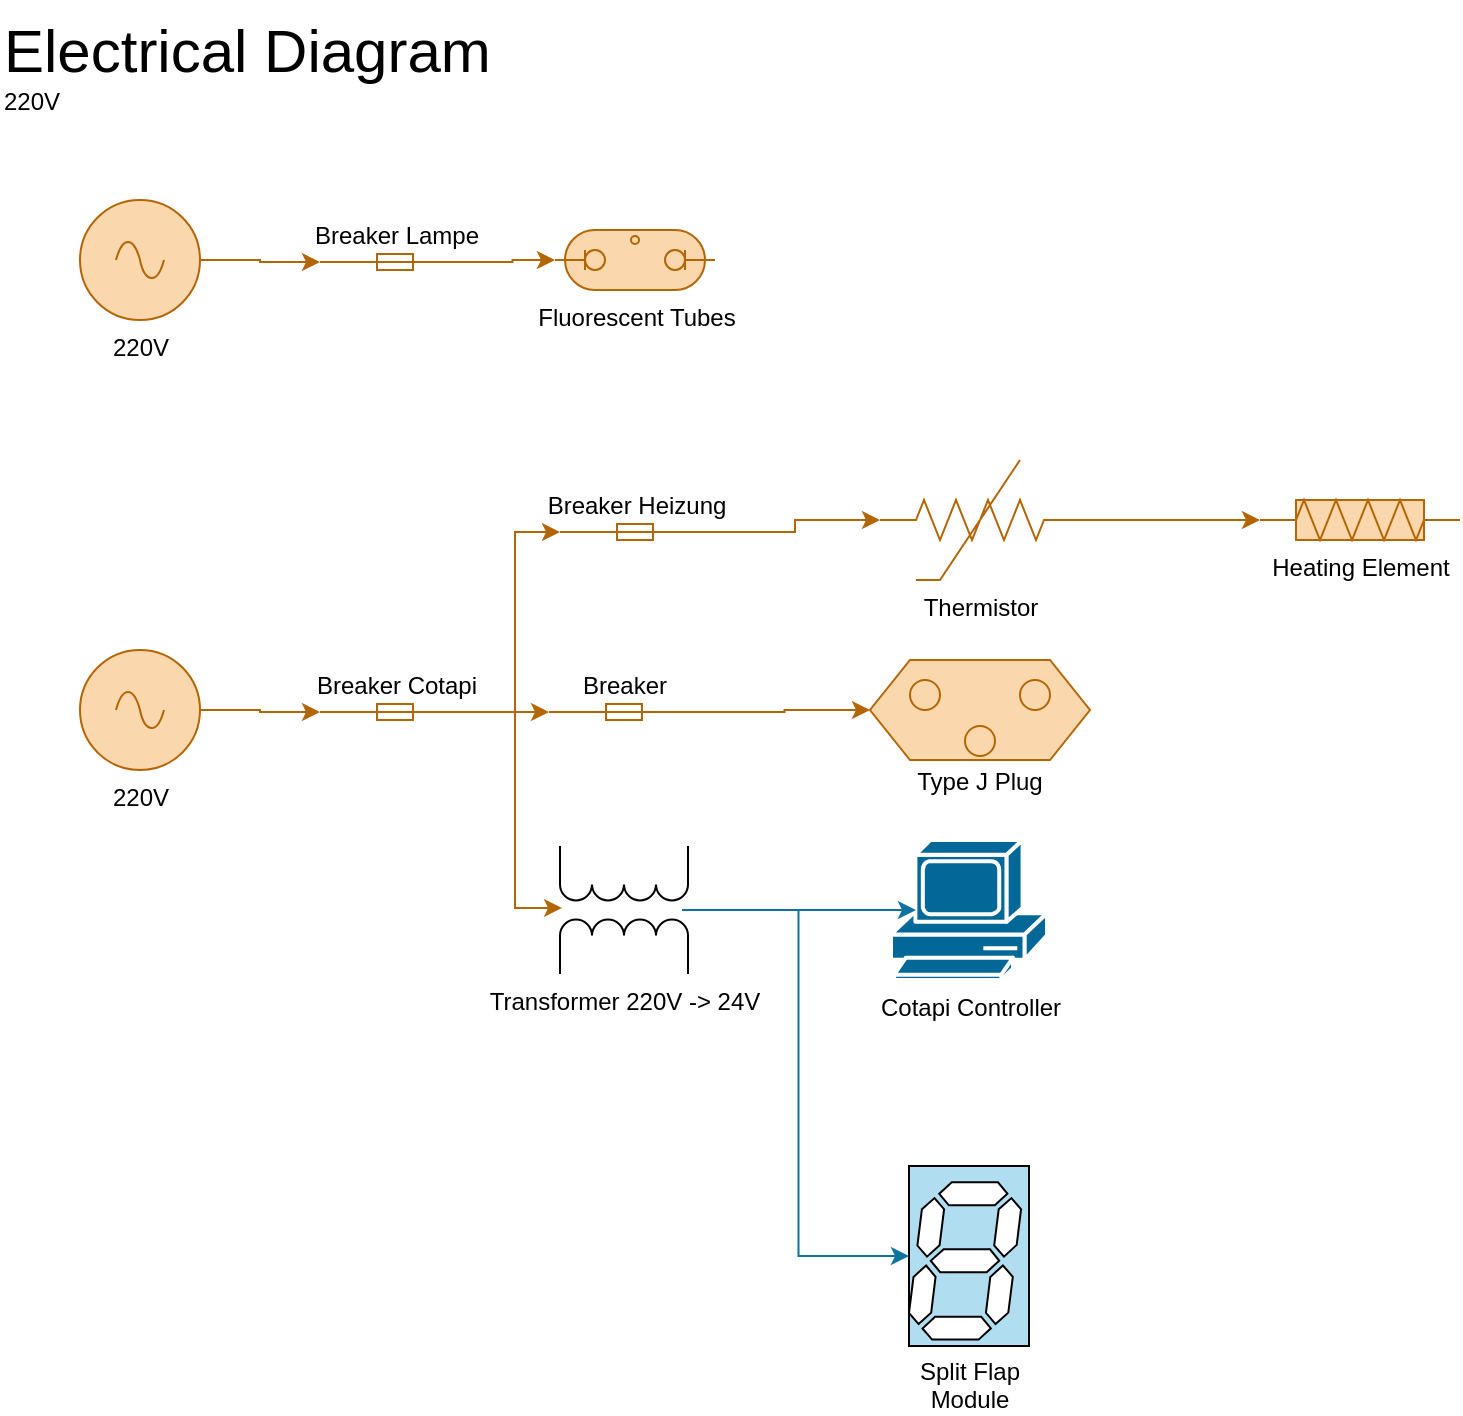
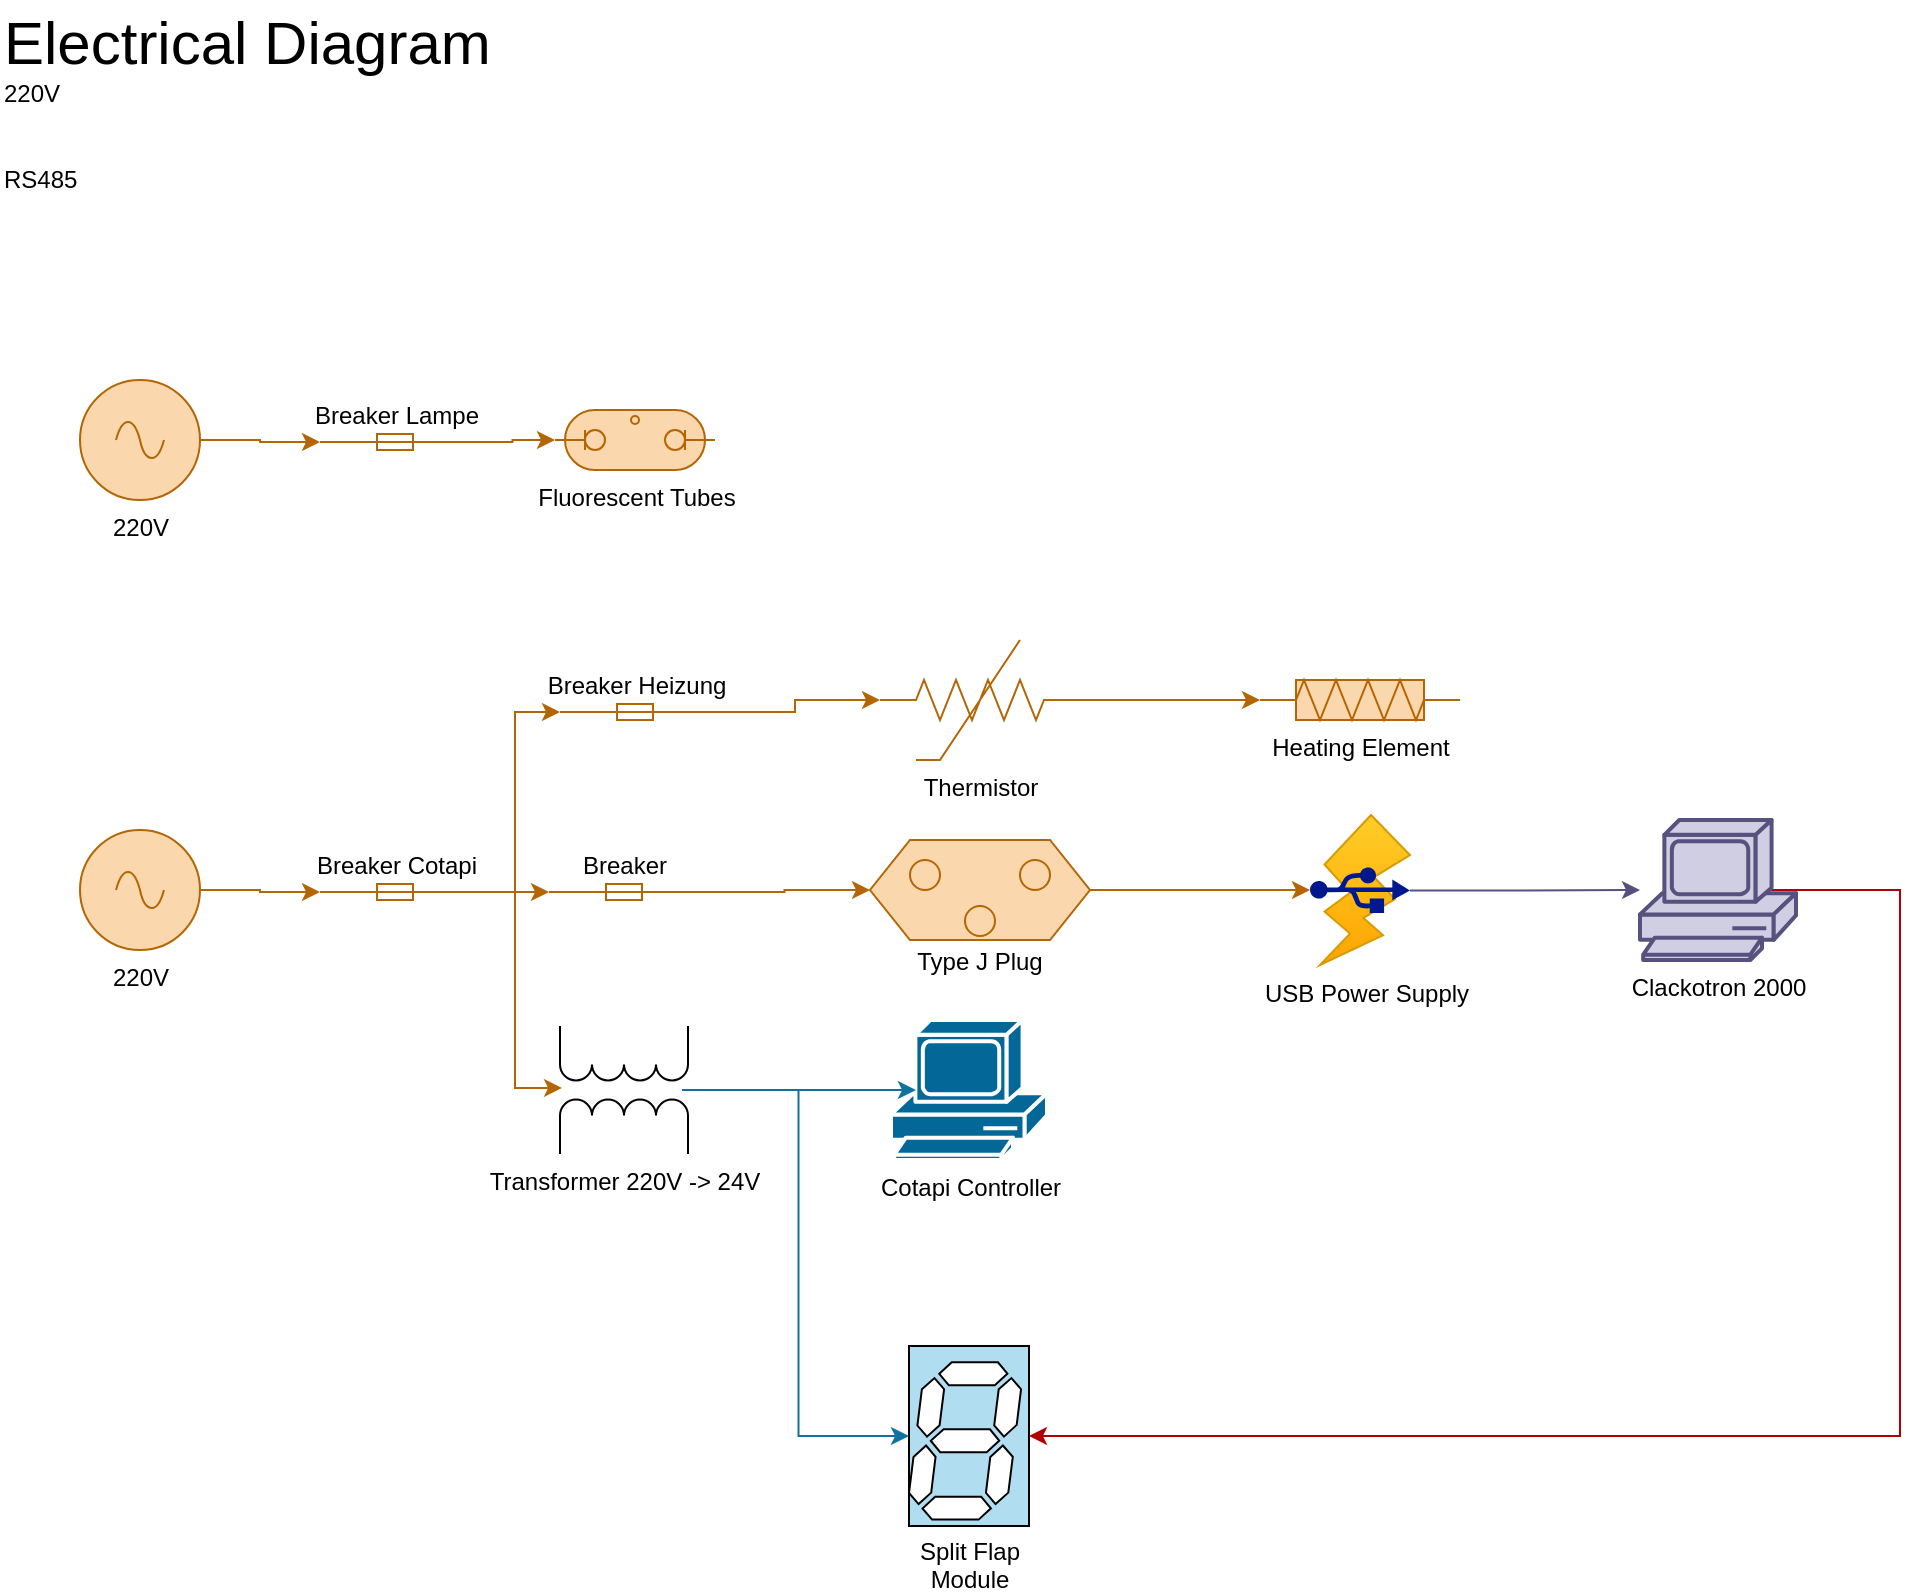
<mxfile host="app.diagrams.net">
  <diagram name="Page-1" id="1JTUUb5aA8h2Qu2d5Hm8">
-     <mxGraphModel dx="1712" dy="953" grid="1" gridSize="10" guides="1" tooltips="1" connect="1" arrows="1" fold="1" page="1" pageScale="1" pageWidth="827" pageHeight="1169" math="0" shadow="0">
+     <mxGraphModel dx="1712" dy="953" grid="1" gridSize="10" guides="1" tooltips="1" connect="1" arrows="1" fold="1" page="1" pageScale="1" pageWidth="1169" pageHeight="827" math="0" shadow="0">
      <root>
        <mxCell id="0" />
        <mxCell id="1" parent="0" />
        <mxCell id="pjnfS4makGHeq2IKZjjl-1" parent="1" style="html=1;shape=mxgraph.electrical.electro-mechanical.fuse2;aspect=fixed;elSwitchState=on;fillColor=#fad7ac;strokeColor=#b46504;" value="&lt;div&gt;Breaker Lampe&lt;/div&gt;&lt;div&gt;&lt;br&gt;&lt;/div&gt;" vertex="1">
-           <mxGeometry height="20" width="75" x="160" y="115" as="geometry" />
+           <mxGeometry height="20" width="75" x="160" y="205" as="geometry" />
        </mxCell>
        <mxCell id="pjnfS4makGHeq2IKZjjl-7" edge="1" parent="1" source="pjnfS4makGHeq2IKZjjl-2" style="edgeStyle=orthogonalEdgeStyle;rounded=0;orthogonalLoop=1;jettySize=auto;html=1;exitX=1;exitY=0.5;exitDx=0;exitDy=0;exitPerimeter=0;entryX=0;entryY=0.8;entryDx=0;entryDy=0;fillColor=#fad7ac;strokeColor=#b46504;" target="pjnfS4makGHeq2IKZjjl-5">
          <mxGeometry relative="1" as="geometry" />
        </mxCell>
        <mxCell id="pjnfS4makGHeq2IKZjjl-2" parent="1" style="pointerEvents=1;verticalLabelPosition=bottom;shadow=0;dashed=0;align=center;html=1;verticalAlign=top;shape=mxgraph.electrical.signal_sources.source;aspect=fixed;points=[[0.5,0,0],[1,0.5,0],[0.5,1,0],[0,0.5,0]];elSignalType=ac;fillColor=#fad7ac;strokeColor=#b46504;" value="220V" vertex="1">
-           <mxGeometry height="60" width="60" x="40" y="325" as="geometry" />
+           <mxGeometry height="60" width="60" x="40" y="415" as="geometry" />
        </mxCell>
        <mxCell id="pjnfS4makGHeq2IKZjjl-4" parent="1" style="html=1;shape=mxgraph.electrical.electro-mechanical.fuse2;aspect=fixed;elSwitchState=on;fillColor=#fad7ac;strokeColor=#b46504;" value="&lt;div&gt;Breaker Heizung&lt;/div&gt;&lt;div&gt;&lt;br&gt;&lt;/div&gt;" vertex="1">
-           <mxGeometry height="20" width="75" x="280" y="250" as="geometry" />
+           <mxGeometry height="20" width="75" x="280" y="340" as="geometry" />
        </mxCell>
        <mxCell id="pjnfS4makGHeq2IKZjjl-14" edge="1" parent="1" source="pjnfS4makGHeq2IKZjjl-5" style="edgeStyle=orthogonalEdgeStyle;rounded=0;orthogonalLoop=1;jettySize=auto;html=1;exitX=1;exitY=0.8;exitDx=0;exitDy=0;entryX=0;entryY=0.8;entryDx=0;entryDy=0;fillColor=#fad7ac;strokeColor=#b46504;" target="pjnfS4makGHeq2IKZjjl-4">
          <mxGeometry relative="1" as="geometry" />
        </mxCell>
        <mxCell id="DblIUka3Cejo2AUUT1Ac-19" edge="1" parent="1" source="pjnfS4makGHeq2IKZjjl-5" style="edgeStyle=orthogonalEdgeStyle;rounded=0;orthogonalLoop=1;jettySize=auto;html=1;exitX=1;exitY=0.8;exitDx=0;exitDy=0;entryX=0;entryY=0.8;entryDx=0;entryDy=0;fillColor=#fad7ac;strokeColor=#b46504;" target="DblIUka3Cejo2AUUT1Ac-18">
          <mxGeometry relative="1" as="geometry" />
        </mxCell>
        <mxCell id="pjnfS4makGHeq2IKZjjl-5" parent="1" style="html=1;shape=mxgraph.electrical.electro-mechanical.fuse2;aspect=fixed;elSwitchState=on;fillColor=#fad7ac;strokeColor=#b46504;" value="&lt;div&gt;Breaker Cotapi&lt;/div&gt;&lt;div&gt;&lt;br&gt;&lt;/div&gt;" vertex="1">
-           <mxGeometry height="20" width="75" x="160" y="340" as="geometry" />
+           <mxGeometry height="20" width="75" x="160" y="430" as="geometry" />
        </mxCell>
        <mxCell id="pjnfS4makGHeq2IKZjjl-16" parent="1" style="pointerEvents=1;verticalLabelPosition=bottom;shadow=0;dashed=0;align=center;html=1;verticalAlign=top;shape=mxgraph.electrical.resistors.nonlinear_resistor;fillColor=#fad7ac;strokeColor=#b46504;" value="Thermistor" vertex="1">
-           <mxGeometry height="60" width="100" x="440" y="230" as="geometry" />
+           <mxGeometry height="60" width="100" x="440" y="320" as="geometry" />
        </mxCell>
        <mxCell id="pjnfS4makGHeq2IKZjjl-17" edge="1" parent="1" source="pjnfS4makGHeq2IKZjjl-4" style="edgeStyle=orthogonalEdgeStyle;rounded=0;orthogonalLoop=1;jettySize=auto;html=1;exitX=1;exitY=0.8;exitDx=0;exitDy=0;entryX=0;entryY=0.5;entryDx=0;entryDy=0;entryPerimeter=0;fillColor=#fad7ac;strokeColor=#b46504;" target="pjnfS4makGHeq2IKZjjl-16">
          <mxGeometry relative="1" as="geometry" />
        </mxCell>
        <mxCell id="pjnfS4makGHeq2IKZjjl-19" edge="1" parent="1" source="pjnfS4makGHeq2IKZjjl-16" style="edgeStyle=orthogonalEdgeStyle;rounded=0;orthogonalLoop=1;jettySize=auto;html=1;exitX=1;exitY=0.5;exitDx=0;exitDy=0;exitPerimeter=0;entryX=0;entryY=0.5;entryDx=0;entryDy=0;entryPerimeter=0;fillColor=#fad7ac;strokeColor=#b46504;" target="pjnfS4makGHeq2IKZjjl-18">
          <mxGeometry relative="1" as="geometry" />
        </mxCell>
        <mxCell id="pjnfS4makGHeq2IKZjjl-21" parent="1" style="pointerEvents=1;verticalLabelPosition=bottom;shadow=0;dashed=0;align=center;html=1;verticalAlign=top;shape=mxgraph.electrical.miscellaneous.flourescent_lamp;fillColor=#fad7ac;strokeColor=#b46504;" value="&lt;span data-subtree=&quot;aimfl,mfl&quot;&gt;Fluorescent Tubes&lt;/span&gt;" vertex="1">
-           <mxGeometry height="30" width="80" x="277.5" y="115" as="geometry" />
+           <mxGeometry height="30" width="80" x="277.5" y="205" as="geometry" />
        </mxCell>
        <mxCell id="pjnfS4makGHeq2IKZjjl-22" edge="1" parent="1" source="pjnfS4makGHeq2IKZjjl-1" style="edgeStyle=orthogonalEdgeStyle;rounded=0;orthogonalLoop=1;jettySize=auto;html=1;exitX=1;exitY=0.8;exitDx=0;exitDy=0;entryX=0;entryY=0.5;entryDx=0;entryDy=0;entryPerimeter=0;fillColor=#fad7ac;strokeColor=#b46504;" target="pjnfS4makGHeq2IKZjjl-21">
          <mxGeometry relative="1" as="geometry" />
        </mxCell>
        <mxCell id="pjnfS4makGHeq2IKZjjl-23" parent="1" style="pointerEvents=1;verticalLabelPosition=bottom;shadow=0;dashed=0;align=center;html=1;verticalAlign=top;shape=mxgraph.electrical.inductors.transformer;direction=north;" value="Transformer 220V -&amp;gt; 24V" vertex="1">
-           <mxGeometry height="64" width="64" x="280" y="423" as="geometry" />
+           <mxGeometry height="64" width="64" x="280" y="513" as="geometry" />
        </mxCell>
        <mxCell id="DblIUka3Cejo2AUUT1Ac-1" edge="1" parent="1" source="pjnfS4makGHeq2IKZjjl-5" style="edgeStyle=orthogonalEdgeStyle;rounded=0;orthogonalLoop=1;jettySize=auto;html=1;exitX=1;exitY=0.8;exitDx=0;exitDy=0;entryX=0.516;entryY=0.016;entryDx=0;entryDy=0;entryPerimeter=0;fillColor=#fad7ac;strokeColor=#b46504;" target="pjnfS4makGHeq2IKZjjl-23">
          <mxGeometry relative="1" as="geometry" />
        </mxCell>
        <mxCell id="DblIUka3Cejo2AUUT1Ac-3" parent="1" style="sketch=0;html=1;pointerEvents=1;dashed=0;fillColor=#036897;strokeColor=#ffffff;strokeWidth=2;verticalLabelPosition=bottom;verticalAlign=top;align=center;outlineConnect=0;shape=mxgraph.cisco.computers_and_peripherals.pc;" value="&lt;div&gt;Cotapi Controller&lt;/div&gt;" vertex="1">
-           <mxGeometry height="70" width="78" x="445.5" y="420" as="geometry" />
+           <mxGeometry height="70" width="78" x="445.5" y="510" as="geometry" />
        </mxCell>
        <mxCell id="DblIUka3Cejo2AUUT1Ac-4" edge="1" parent="1" source="DblIUka3Cejo2AUUT1Ac-3" style="edgeStyle=orthogonalEdgeStyle;rounded=0;orthogonalLoop=1;jettySize=auto;html=1;exitX=0.16;exitY=0.5;exitDx=0;exitDy=0;exitPerimeter=0;entryX=0.5;entryY=0.953;entryDx=0;entryDy=0;entryPerimeter=0;startArrow=classic;startFill=1;endArrow=none;endFill=0;fillColor=#b1ddf0;strokeColor=#10739e;" target="pjnfS4makGHeq2IKZjjl-23">
          <mxGeometry relative="1" as="geometry" />
        </mxCell>
        <mxCell id="DblIUka3Cejo2AUUT1Ac-7" connectable="0" parent="1" style="group;fillColor=#b1ddf0;strokeColor=#10739e;labelPosition=center;verticalLabelPosition=bottom;align=center;verticalAlign=top;" value="" vertex="1">
-           <mxGeometry height="90" width="60" x="454.5" y="583" as="geometry" />
+           <mxGeometry height="90" width="60" x="454.5" y="673" as="geometry" />
        </mxCell>
        <mxCell id="DblIUka3Cejo2AUUT1Ac-5" parent="DblIUka3Cejo2AUUT1Ac-7" style="verticalLabelPosition=bottom;shadow=0;dashed=0;align=center;html=1;verticalAlign=top;shape=mxgraph.electrical.opto_electronics.7_segment_display;pointerEvents=1;movable=1;resizable=1;rotatable=1;deletable=1;editable=1;locked=0;connectable=1;" value="" vertex="1">
          <mxGeometry height="78.62727272727273" width="56.025000000000006" y="8.181818181818182" as="geometry" />
        </mxCell>
        <mxCell id="DblIUka3Cejo2AUUT1Ac-6" parent="DblIUka3Cejo2AUUT1Ac-7" style="rounded=0;whiteSpace=wrap;html=1;fillColor=none;movable=1;resizable=1;rotatable=1;deletable=1;editable=1;locked=0;connectable=1;" value="&lt;div&gt;&lt;br&gt;&lt;/div&gt;&lt;div&gt;&lt;br&gt;&lt;/div&gt;&lt;div&gt;&lt;br&gt;&lt;/div&gt;&lt;div&gt;&lt;br&gt;&lt;/div&gt;&lt;div&gt;&lt;br&gt;&lt;/div&gt;&lt;div&gt;&lt;br&gt;&lt;/div&gt;&lt;div&gt;&lt;br&gt;&lt;/div&gt;&lt;div&gt;&lt;br&gt;&lt;/div&gt;&lt;div&gt;&lt;br&gt;&lt;/div&gt;&lt;div&gt;Split Flap Module&lt;/div&gt;" vertex="1">
          <mxGeometry height="90" width="60" as="geometry" />
        </mxCell>
        <mxCell id="DblIUka3Cejo2AUUT1Ac-8" connectable="0" parent="1" style="group" value="" vertex="1">
-           <mxGeometry height="20" width="100" x="630" y="250" as="geometry" />
+           <mxGeometry height="20" width="100" x="630" y="340" as="geometry" />
        </mxCell>
        <mxCell id="pjnfS4makGHeq2IKZjjl-18" parent="DblIUka3Cejo2AUUT1Ac-8" style="pointerEvents=1;verticalLabelPosition=bottom;shadow=0;dashed=0;align=center;html=1;verticalAlign=top;shape=mxgraph.electrical.resistors.resistor_1;fillColor=#fad7ac;strokeColor=#b46504;" value="" vertex="1">
          <mxGeometry height="20" width="100" as="geometry" />
        </mxCell>
        <mxCell id="pjnfS4makGHeq2IKZjjl-20" parent="DblIUka3Cejo2AUUT1Ac-8" style="pointerEvents=1;verticalLabelPosition=bottom;shadow=0;dashed=0;align=center;html=1;verticalAlign=top;shape=mxgraph.electrical.resistors.resistor_2;fillColor=#fad7ac;strokeColor=#b46504;" value="&lt;div&gt;Heating Element&lt;/div&gt;" vertex="1">
          <mxGeometry height="20" width="100" as="geometry" />
        </mxCell>
        <mxCell id="DblIUka3Cejo2AUUT1Ac-9" edge="1" parent="1" source="DblIUka3Cejo2AUUT1Ac-6" style="edgeStyle=orthogonalEdgeStyle;rounded=0;orthogonalLoop=1;jettySize=auto;html=1;exitX=0;exitY=0.5;exitDx=0;exitDy=0;entryX=0.5;entryY=0.992;entryDx=0;entryDy=0;entryPerimeter=0;startArrow=classic;startFill=1;endArrow=none;endFill=0;fillColor=#b1ddf0;strokeColor=#10739e;" target="pjnfS4makGHeq2IKZjjl-23">
          <mxGeometry relative="1" as="geometry" />
        </mxCell>
        <mxCell id="DblIUka3Cejo2AUUT1Ac-11" edge="1" parent="1" source="DblIUka3Cejo2AUUT1Ac-10" style="edgeStyle=orthogonalEdgeStyle;rounded=0;orthogonalLoop=1;jettySize=auto;html=1;exitX=1;exitY=0.5;exitDx=0;exitDy=0;exitPerimeter=0;entryX=0;entryY=0.8;entryDx=0;entryDy=0;fillColor=#fad7ac;strokeColor=#b46504;" target="pjnfS4makGHeq2IKZjjl-1">
          <mxGeometry relative="1" as="geometry" />
        </mxCell>
        <mxCell id="DblIUka3Cejo2AUUT1Ac-10" parent="1" style="pointerEvents=1;verticalLabelPosition=bottom;shadow=0;dashed=0;align=center;html=1;verticalAlign=top;shape=mxgraph.electrical.signal_sources.source;aspect=fixed;points=[[0.5,0,0],[1,0.5,0],[0.5,1,0],[0,0.5,0]];elSignalType=ac;fillColor=#fad7ac;strokeColor=#b46504;" value="220V" vertex="1">
-           <mxGeometry height="60" width="60" x="40" y="100" as="geometry" />
+           <mxGeometry height="60" width="60" x="40" y="190" as="geometry" />
        </mxCell>
        <mxCell id="DblIUka3Cejo2AUUT1Ac-20" edge="1" parent="1" source="DblIUka3Cejo2AUUT1Ac-18" style="edgeStyle=orthogonalEdgeStyle;rounded=0;orthogonalLoop=1;jettySize=auto;html=1;exitX=1;exitY=0.8;exitDx=0;exitDy=0;entryX=0;entryY=0.5;entryDx=0;entryDy=0;fillColor=#fad7ac;strokeColor=#b46504;" target="DblIUka3Cejo2AUUT1Ac-12">
          <mxGeometry relative="1" as="geometry" />
        </mxCell>
        <mxCell id="DblIUka3Cejo2AUUT1Ac-18" parent="1" style="html=1;shape=mxgraph.electrical.electro-mechanical.fuse2;aspect=fixed;elSwitchState=on;fillColor=#fad7ac;strokeColor=#b46504;" value="&lt;div&gt;Breaker&lt;/div&gt;&lt;div&gt;&lt;br&gt;&lt;/div&gt;" vertex="1">
-           <mxGeometry height="20" width="75" x="274.5" y="340" as="geometry" />
+           <mxGeometry height="20" width="75" x="274.5" y="430" as="geometry" />
        </mxCell>
        <mxCell id="DblIUka3Cejo2AUUT1Ac-21" connectable="0" parent="1" style="group" value="" vertex="1">
-           <mxGeometry height="50" width="110" x="435" y="330" as="geometry" />
+           <mxGeometry height="50" width="110" x="435" y="420" as="geometry" />
        </mxCell>
        <mxCell id="DblIUka3Cejo2AUUT1Ac-12" parent="DblIUka3Cejo2AUUT1Ac-21" style="shape=hexagon;perimeter=hexagonPerimeter2;whiteSpace=wrap;html=1;fixedSize=1;fillColor=#fad7ac;strokeColor=#b46504;" value="&lt;div&gt;&lt;br&gt;&lt;/div&gt;&lt;div&gt;&lt;br&gt;&lt;/div&gt;&lt;div&gt;&lt;br&gt;&lt;/div&gt;&lt;div&gt;&lt;br&gt;&lt;/div&gt;&lt;div&gt;&lt;br&gt;&lt;/div&gt;&lt;div&gt;Type J Plug&lt;/div&gt;" vertex="1">
          <mxGeometry height="50" width="110" as="geometry" />
        </mxCell>
        <mxCell id="DblIUka3Cejo2AUUT1Ac-13" parent="DblIUka3Cejo2AUUT1Ac-21" style="ellipse;whiteSpace=wrap;html=1;aspect=fixed;fillColor=#fad7ac;strokeColor=#b46504;" value="" vertex="1">
          <mxGeometry height="15" width="15" x="20" y="10" as="geometry" />
        </mxCell>
        <mxCell id="DblIUka3Cejo2AUUT1Ac-14" parent="DblIUka3Cejo2AUUT1Ac-21" style="ellipse;whiteSpace=wrap;html=1;aspect=fixed;fillColor=#fad7ac;strokeColor=#b46504;" value="" vertex="1">
          <mxGeometry height="15" width="15" x="75" y="10" as="geometry" />
        </mxCell>
        <mxCell id="DblIUka3Cejo2AUUT1Ac-15" parent="DblIUka3Cejo2AUUT1Ac-21" style="ellipse;whiteSpace=wrap;html=1;aspect=fixed;fillColor=#fad7ac;strokeColor=#b46504;" value="" vertex="1">
          <mxGeometry height="15" width="15" x="47.5" y="33" as="geometry" />
        </mxCell>
-         <mxCell id="DblIUka3Cejo2AUUT1Ac-22" parent="1" style="text;html=1;whiteSpace=wrap;strokeColor=none;fillColor=none;align=left;verticalAlign=middle;rounded=0;" value="&lt;div&gt;&lt;font style=&quot;font-size: 30px;&quot;&gt;Electrical Diagram&lt;/font&gt;&lt;/div&gt;&lt;div&gt;&lt;span style=&quot;color: light-dark(rgb(0, 0, 0), rgb(201, 132, 48));&quot;&gt;220V&lt;/span&gt;&lt;/div&gt;&lt;div&gt;&lt;span style=&quot;color: light-dark(transparent, rgb(126, 166, 224));&quot;&gt;24V&lt;/span&gt;&lt;/div&gt;" vertex="1">
-           <mxGeometry height="80" width="440" as="geometry" />
+         <mxCell id="DblIUka3Cejo2AUUT1Ac-22" parent="1" style="text;html=1;whiteSpace=wrap;strokeColor=none;fillColor=none;align=left;verticalAlign=middle;rounded=0;" value="&lt;div&gt;&lt;font style=&quot;font-size: 30px;&quot;&gt;Electrical Diagram&lt;/font&gt;&lt;/div&gt;&lt;div&gt;&lt;span style=&quot;color: light-dark(rgb(0, 0, 0), rgb(201, 132, 48));&quot;&gt;220V&lt;/span&gt;&lt;/div&gt;&lt;div&gt;&lt;span style=&quot;color: light-dark(transparent, rgb(126, 166, 224));&quot;&gt;24V&lt;/span&gt;&lt;/div&gt;&lt;div&gt;&lt;span style=&quot;color: light-dark(transparent, rgb(220, 138, 221));&quot;&gt;5V&lt;/span&gt;&lt;/div&gt;&lt;div&gt;&lt;span style=&quot;color: light-dark(rgb(0, 0, 0), rgb(255, 153, 153));&quot;&gt;RS485&lt;/span&gt;&lt;/div&gt;" vertex="1">
+           <mxGeometry height="100" width="440" as="geometry" />
+         </mxCell>
+         <mxCell id="DblIUka3Cejo2AUUT1Ac-29" edge="1" parent="1" source="DblIUka3Cejo2AUUT1Ac-23" style="edgeStyle=orthogonalEdgeStyle;rounded=0;orthogonalLoop=1;jettySize=auto;html=1;exitX=0.83;exitY=0.5;exitDx=0;exitDy=0;exitPerimeter=0;entryX=1;entryY=0.5;entryDx=0;entryDy=0;fillColor=#e51400;strokeColor=#B20000;strokeWidth=1;" target="DblIUka3Cejo2AUUT1Ac-6">
+           <mxGeometry relative="1" as="geometry">
+             <Array as="points">
+               <mxPoint x="950" y="445" />
+               <mxPoint x="950" y="718" />
+             </Array>
+           </mxGeometry>
+         </mxCell>
+         <mxCell id="DblIUka3Cejo2AUUT1Ac-23" parent="1" style="sketch=0;html=1;pointerEvents=1;dashed=0;fillColor=#d0cee2;strokeColor=#56517e;strokeWidth=2;verticalLabelPosition=bottom;verticalAlign=top;align=center;outlineConnect=0;shape=mxgraph.cisco.computers_and_peripherals.pc;" value="&lt;div&gt;Clackotron 2000&lt;/div&gt;" vertex="1">
+           <mxGeometry height="70" width="78" x="820" y="410" as="geometry" />
+         </mxCell>
+         <mxCell id="DblIUka3Cejo2AUUT1Ac-26" connectable="0" parent="1" style="group" value="" vertex="1">
+           <mxGeometry height="75" width="50" x="655" y="407.5" as="geometry" />
+         </mxCell>
+         <mxCell id="DblIUka3Cejo2AUUT1Ac-25" parent="DblIUka3Cejo2AUUT1Ac-26" style="verticalLabelPosition=bottom;verticalAlign=top;html=1;shape=mxgraph.basic.flash;fillColor=#ffcd28;strokeColor=#d79b00;gradientColor=#ffa500;" value="USB Power Supply" vertex="1">
+           <mxGeometry height="75" width="45" x="5" as="geometry" />
+         </mxCell>
+         <mxCell id="DblIUka3Cejo2AUUT1Ac-24" parent="DblIUka3Cejo2AUUT1Ac-26" style="sketch=0;aspect=fixed;pointerEvents=1;shadow=0;dashed=0;html=1;strokeColor=none;labelPosition=center;verticalLabelPosition=bottom;verticalAlign=top;align=center;fillColor=#00188D;shape=mxgraph.mscae.enterprise.usb" value="" vertex="1">
+           <mxGeometry height="23" width="50" y="26" as="geometry" />
+         </mxCell>
+         <mxCell id="DblIUka3Cejo2AUUT1Ac-27" edge="1" parent="1" source="DblIUka3Cejo2AUUT1Ac-12" style="edgeStyle=orthogonalEdgeStyle;rounded=0;orthogonalLoop=1;jettySize=auto;html=1;exitX=1;exitY=0.5;exitDx=0;exitDy=0;entryX=0;entryY=0.5;entryDx=0;entryDy=0;entryPerimeter=0;fillColor=#fad7ac;strokeColor=#b46504;" target="DblIUka3Cejo2AUUT1Ac-24">
+           <mxGeometry relative="1" as="geometry" />
+         </mxCell>
+         <mxCell id="DblIUka3Cejo2AUUT1Ac-28" edge="1" parent="1" source="DblIUka3Cejo2AUUT1Ac-24" style="edgeStyle=orthogonalEdgeStyle;rounded=0;orthogonalLoop=1;jettySize=auto;html=1;exitX=1;exitY=0.51;exitDx=0;exitDy=0;exitPerimeter=0;fillColor=#d0cee2;strokeColor=#56517e;" target="DblIUka3Cejo2AUUT1Ac-23">
+           <mxGeometry relative="1" as="geometry" />
        </mxCell>
      </root>
    </mxGraphModel>
  </diagram>
</mxfile>
